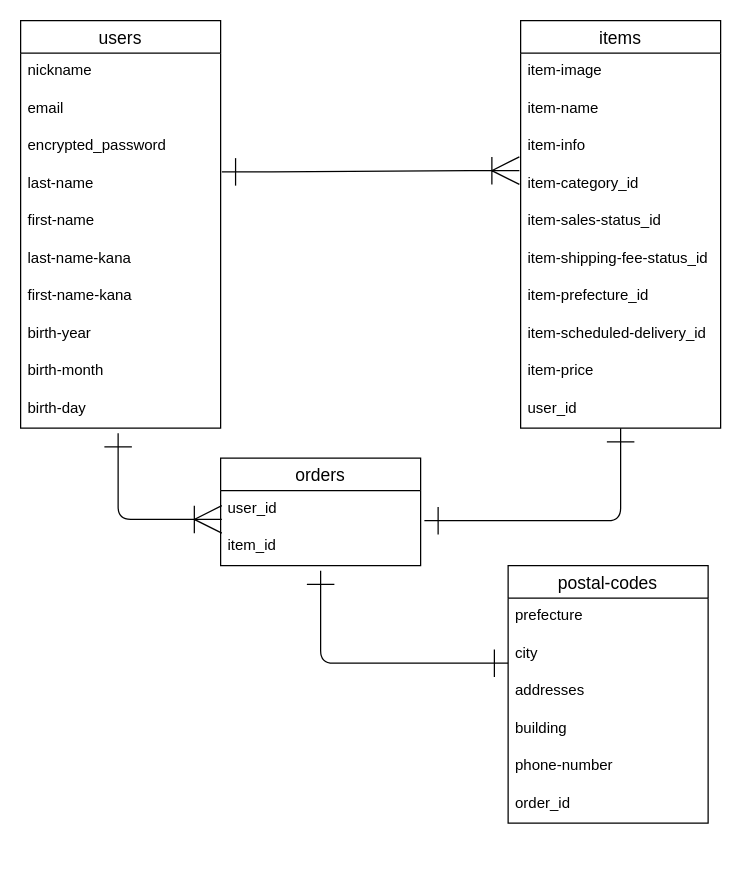
This is furima.dio from renren0530/furima-36041, a draw.io file, before an edit. Source tidied: cells renumbered, new cells numbered last; positions are measured from the earlier drawing's top-left corner, leaving out a move shared by most shapes. Both pictures are drawn from the tidied source at 125%, with x=0, y=0 at pixel (20, 20).
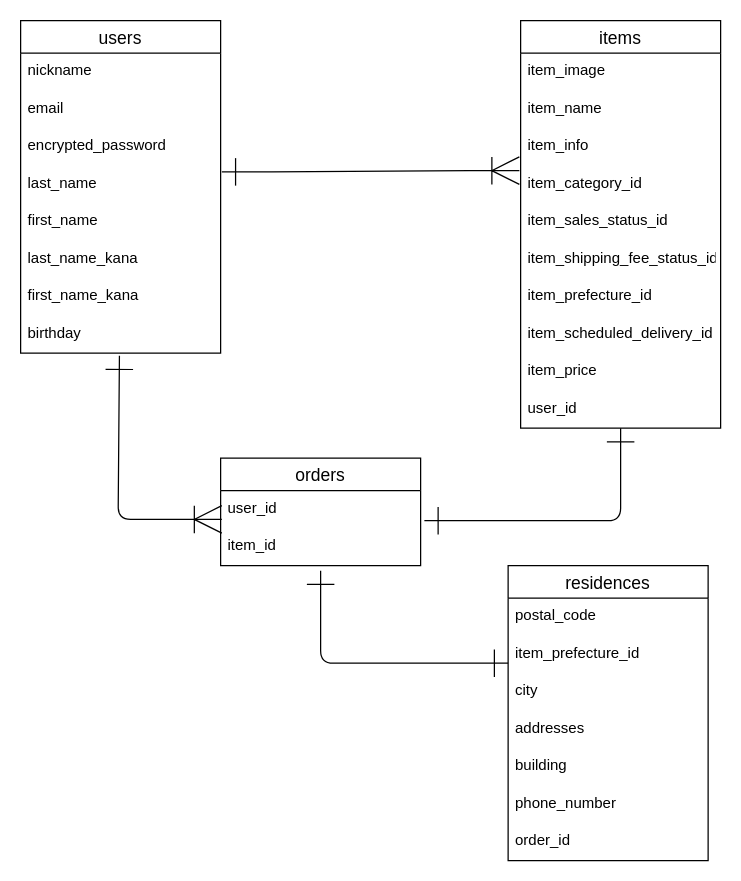
Above is the later version.

Commit message (it also covers changes not shown here):
データベースの設計(修正2)

Unchanged cells that the change refers to:
```xml
<mxCell id="2" value="items" style="swimlane;fontStyle=0;horizontal=1;startSize=26;align=center;fontSize=14;shadow=0;" parent="1" vertex="1">
  <mxGeometry x="400" width="160" height="326" as="geometry" />
</mxCell>
<mxCell id="26" value="user_id" style="text;strokeColor=none;fillColor=none;spacingLeft=4;spacingRight=4;overflow=hidden;points=[[0,0.5],[1,0.5]];portConstraint=eastwest;fontSize=12;" parent="25" vertex="1">
  <mxGeometry y="26" width="160" height="30" as="geometry" />
</mxCell>
```

The edit, as a diff of the source:
```diff
@@
-    <mxCell id="3" value="item-image" style="text;strokeColor=none;fillColor=none;spacingLeft=4;spacingRight=4;overflow=hidden;fontSize=12;" parent="2" vertex="1">
+    <mxCell id="3" value="item_image" style="text;strokeColor=none;fillColor=none;spacingLeft=4;spacingRight=4;overflow=hidden;fontSize=12;" parent="2" vertex="1">
       <mxGeometry y="26" width="160" height="30" as="geometry" />
     </mxCell>
-    <mxCell id="4" value="item-name" style="text;strokeColor=none;fillColor=none;spacingLeft=4;spacingRight=4;overflow=hidden;fontSize=12;" parent="2" vertex="1">
+    <mxCell id="4" value="item_name" style="text;strokeColor=none;fillColor=none;spacingLeft=4;spacingRight=4;overflow=hidden;fontSize=12;" parent="2" vertex="1">
       <mxGeometry y="56" width="160" height="30" as="geometry" />
     </mxCell>
-    <mxCell id="5" value="item-info" style="text;strokeColor=none;fillColor=none;spacingLeft=4;spacingRight=4;overflow=hidden;fontSize=12;" parent="2" vertex="1">
+    <mxCell id="5" value="item_info" style="text;strokeColor=none;fillColor=none;spacingLeft=4;spacingRight=4;overflow=hidden;fontSize=12;" parent="2" vertex="1">
       <mxGeometry y="86" width="160" height="30" as="geometry" />
     </mxCell>
-    <mxCell id="6" value="item-category_id" style="text;strokeColor=none;fillColor=none;spacingLeft=4;spacingRight=4;overflow=hidden;fontSize=12;" parent="2" vertex="1">
+    <mxCell id="6" value="item_category_id" style="text;strokeColor=none;fillColor=none;spacingLeft=4;spacingRight=4;overflow=hidden;fontSize=12;" parent="2" vertex="1">
       <mxGeometry y="116" width="160" height="30" as="geometry" />
     </mxCell>
-    <mxCell id="7" value="item-sales-status_id" style="text;strokeColor=none;fillColor=none;spacingLeft=4;spacingRight=4;overflow=hidden;fontSize=12;" parent="2" vertex="1">
+    <mxCell id="7" value="item_sales_status_id" style="text;strokeColor=none;fillColor=none;spacingLeft=4;spacingRight=4;overflow=hidden;fontSize=12;" parent="2" vertex="1">
       <mxGeometry y="146" width="160" height="30" as="geometry" />
     </mxCell>
-    <mxCell id="8" value="item-shipping-fee-status_id" style="text;strokeColor=none;fillColor=none;spacingLeft=4;spacingRight=4;overflow=hidden;fontSize=12;" parent="2" vertex="1">
+    <mxCell id="8" value="item_shipping_fee_status_id" style="text;strokeColor=none;fillColor=none;spacingLeft=4;spacingRight=4;overflow=hidden;fontSize=12;" parent="2" vertex="1">
       <mxGeometry y="176" width="160" height="30" as="geometry" />
     </mxCell>
-    <mxCell id="9" value="item-prefecture_id" style="text;strokeColor=none;fillColor=none;spacingLeft=4;spacingRight=4;overflow=hidden;fontSize=12;" parent="2" vertex="1">
+    <mxCell id="9" value="item_prefecture_id" style="text;strokeColor=none;fillColor=none;spacingLeft=4;spacingRight=4;overflow=hidden;fontSize=12;" parent="2" vertex="1">
       <mxGeometry y="206" width="160" height="30" as="geometry" />
     </mxCell>
-    <mxCell id="10" value="item-scheduled-delivery_id" style="text;strokeColor=none;fillColor=none;spacingLeft=4;spacingRight=4;overflow=hidden;fontSize=12;" parent="2" vertex="1">
+    <mxCell id="10" value="item_scheduled_delivery_id" style="text;strokeColor=none;fillColor=none;spacingLeft=4;spacingRight=4;overflow=hidden;fontSize=12;" parent="2" vertex="1">
       <mxGeometry y="236" width="160" height="30" as="geometry" />
     </mxCell>
-    <mxCell id="11" value="item-price" style="text;strokeColor=none;fillColor=none;spacingLeft=4;spacingRight=4;overflow=hidden;fontSize=12;" parent="2" vertex="1">
+    <mxCell id="11" value="item_price" style="text;strokeColor=none;fillColor=none;spacingLeft=4;spacingRight=4;overflow=hidden;fontSize=12;" parent="2" vertex="1">
       <mxGeometry y="266" width="160" height="30" as="geometry" />
     </mxCell>
@@
     <mxCell id="13" value="users" style="swimlane;fontStyle=0;horizontal=1;startSize=26;align=center;fontSize=14;" parent="1" vertex="1">
-      <mxGeometry width="160" height="326" as="geometry" />
+      <mxGeometry width="160" height="266" as="geometry" />
     </mxCell>
@@
-    <mxCell id="17" value="last-name" style="text;strokeColor=none;fillColor=none;spacingLeft=4;spacingRight=4;overflow=hidden;points=[[0,0.5],[1,0.5]];portConstraint=eastwest;fontSize=12;" parent="13" vertex="1">
+    <mxCell id="17" value="last_name" style="text;strokeColor=none;fillColor=none;spacingLeft=4;spacingRight=4;overflow=hidden;points=[[0,0.5],[1,0.5]];portConstraint=eastwest;fontSize=12;" parent="13" vertex="1">
       <mxGeometry y="116" width="160" height="30" as="geometry" />
     </mxCell>
-    <mxCell id="18" value="first-name" style="text;strokeColor=none;fillColor=none;spacingLeft=4;spacingRight=4;overflow=hidden;fontSize=12;" parent="13" vertex="1">
+    <mxCell id="18" value="first_name" style="text;strokeColor=none;fillColor=none;spacingLeft=4;spacingRight=4;overflow=hidden;fontSize=12;" parent="13" vertex="1">
       <mxGeometry y="146" width="160" height="30" as="geometry" />
     </mxCell>
-    <mxCell id="19" value="last-name-kana" style="text;strokeColor=none;fillColor=none;spacingLeft=4;spacingRight=4;overflow=hidden;fontSize=12;" parent="13" vertex="1">
+    <mxCell id="19" value="last_name_kana" style="text;strokeColor=none;fillColor=none;spacingLeft=4;spacingRight=4;overflow=hidden;fontSize=12;" parent="13" vertex="1">
       <mxGeometry y="176" width="160" height="30" as="geometry" />
     </mxCell>
-    <mxCell id="20" value="first-name-kana" style="text;strokeColor=none;fillColor=none;spacingLeft=4;spacingRight=4;overflow=hidden;fontSize=12;" parent="13" vertex="1">
+    <mxCell id="20" value="first_name_kana" style="text;strokeColor=none;fillColor=none;spacingLeft=4;spacingRight=4;overflow=hidden;fontSize=12;" parent="13" vertex="1">
       <mxGeometry y="206" width="160" height="30" as="geometry" />
     </mxCell>
-    <mxCell id="21" value="birth-year" style="text;strokeColor=none;fillColor=none;spacingLeft=4;spacingRight=4;overflow=hidden;fontSize=12;" parent="13" vertex="1">
-      <mxGeometry y="236" width="160" height="30" as="geometry" />
-    </mxCell>
-    <mxCell id="22" value="birth-month" style="text;strokeColor=none;fillColor=none;spacingLeft=4;spacingRight=4;overflow=hidden;fontSize=12;" parent="13" vertex="1">
-      <mxGeometry y="266" width="160" height="30" as="geometry" />
-    </mxCell>
-    <mxCell id="23" value="birth-day" style="text;strokeColor=none;fillColor=none;spacingLeft=4;spacingRight=4;overflow=hidden;points=[[0,0.5],[1,0.5]];portConstraint=eastwest;fontSize=12;" parent="13" vertex="1">
-      <mxGeometry y="296" width="160" height="30" as="geometry" />
+    <mxCell id="23" value="birthday" style="text;strokeColor=none;fillColor=none;spacingLeft=4;spacingRight=4;overflow=hidden;points=[[0,0.5],[1,0.5]];portConstraint=eastwest;fontSize=12;" parent="13" vertex="1">
+      <mxGeometry y="236" width="160" height="30" as="geometry" />
     </mxCell>
@@
-    <mxCell id="28" value="postal-codes" style="swimlane;fontStyle=0;horizontal=1;startSize=26;align=center;fontSize=14;" parent="1" vertex="1">
-      <mxGeometry x="390" y="436" width="160" height="206" as="geometry" />
+    <mxCell id="28" value="residences" style="swimlane;fontStyle=0;horizontal=1;startSize=26;align=center;fontSize=14;" parent="1" vertex="1">
+      <mxGeometry x="390" y="436" width="160" height="236" as="geometry" />
     </mxCell>
+    <mxCell id="38" value="postal_code" style="text;strokeColor=none;fillColor=none;spacingLeft=4;spacingRight=4;overflow=hidden;fontSize=12;" parent="28" vertex="1">
+      <mxGeometry y="26" width="160" height="30" as="geometry" />
+    </mxCell>
-    <mxCell id="29" value="prefecture" style="text;strokeColor=none;fillColor=none;spacingLeft=4;spacingRight=4;overflow=hidden;fontSize=12;" parent="28" vertex="1">
-      <mxGeometry y="26" width="160" height="30" as="geometry" />
+    <mxCell id="29" value="item_prefecture_id" style="text;strokeColor=none;fillColor=none;spacingLeft=4;spacingRight=4;overflow=hidden;fontSize=12;" parent="28" vertex="1">
+      <mxGeometry y="56" width="160" height="30" as="geometry" />
     </mxCell>
     <mxCell id="30" value="city" style="text;strokeColor=none;fillColor=none;spacingLeft=4;spacingRight=4;overflow=hidden;fontSize=12;" parent="28" vertex="1">
-      <mxGeometry y="56" width="160" height="30" as="geometry" />
+      <mxGeometry y="86" width="160" height="30" as="geometry" />
     </mxCell>
     <mxCell id="31" value="addresses" style="text;strokeColor=none;fillColor=none;spacingLeft=4;spacingRight=4;overflow=hidden;fontSize=12;" parent="28" vertex="1">
-      <mxGeometry y="86" width="160" height="30" as="geometry" />
+      <mxGeometry y="116" width="160" height="30" as="geometry" />
     </mxCell>
     <mxCell id="32" value="building" style="text;strokeColor=none;fillColor=none;spacingLeft=4;spacingRight=4;overflow=hidden;fontSize=12;" parent="28" vertex="1">
-      <mxGeometry y="116" width="160" height="30" as="geometry" />
+      <mxGeometry y="146" width="160" height="30" as="geometry" />
     </mxCell>
-    <mxCell id="33" value="phone-number" style="text;strokeColor=none;fillColor=none;spacingLeft=4;spacingRight=4;overflow=hidden;fontSize=12;" parent="28" vertex="1">
-      <mxGeometry y="146" width="160" height="30" as="geometry" />
+    <mxCell id="33" value="phone_number" style="text;strokeColor=none;fillColor=none;spacingLeft=4;spacingRight=4;overflow=hidden;fontSize=12;" parent="28" vertex="1">
+      <mxGeometry y="176" width="160" height="30" as="geometry" />
     </mxCell>
     <mxCell id="34" value="order_id" style="text;strokeColor=none;fillColor=none;spacingLeft=4;spacingRight=4;overflow=hidden;fontSize=12;" parent="28" vertex="1">
-      <mxGeometry y="176" width="160" height="30" as="geometry" />
+      <mxGeometry y="206" width="160" height="30" as="geometry" />
     </mxCell>
@@
-    <mxCell id="36" style="edgeStyle=segmentEdgeStyle;endArrow=ERone;html=1;fontSize=1;startSize=20;endSize=20;exitX=0.006;exitY=0.767;exitDx=0;exitDy=0;exitPerimeter=0;startArrow=ERoneToMany;startFill=0;endFill=0;" parent="1" edge="1" source="26">
+    <mxCell id="36" style="edgeStyle=segmentEdgeStyle;endArrow=ERone;html=1;fontSize=1;startSize=20;endSize=20;exitX=0.006;exitY=0.767;exitDx=0;exitDy=0;exitPerimeter=0;startArrow=ERoneToMany;startFill=0;endFill=0;entryX=0.494;entryY=1.067;entryDx=0;entryDy=0;entryPerimeter=0;" parent="1" edge="1" source="26" target="23">
       <mxGeometry relative="1" as="geometry">
-        <mxPoint x="78" y="330" as="targetPoint" />
         <Array as="points">
           <mxPoint x="78" y="399" />
         </Array>
       </mxGeometry>
     </mxCell>
```
